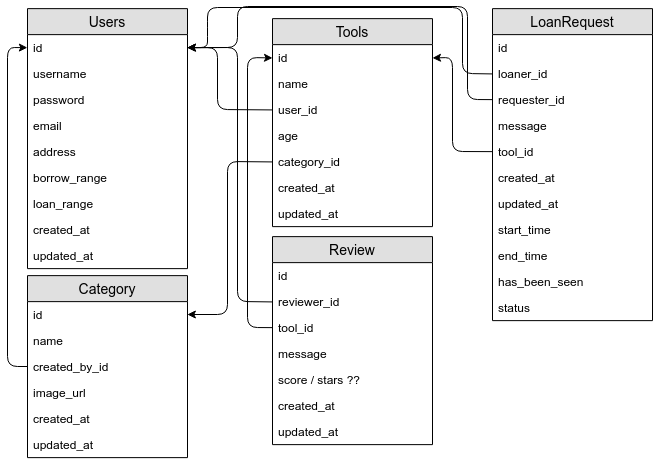
Before: db_diagram.png, a diagram exported from draw.io (use-my-tools-build-week/backend). Source tidied: cells renumbered, new cells last; positions are measured from the earlier drawing's top-left corner, leaving out a move shared by most shapes.
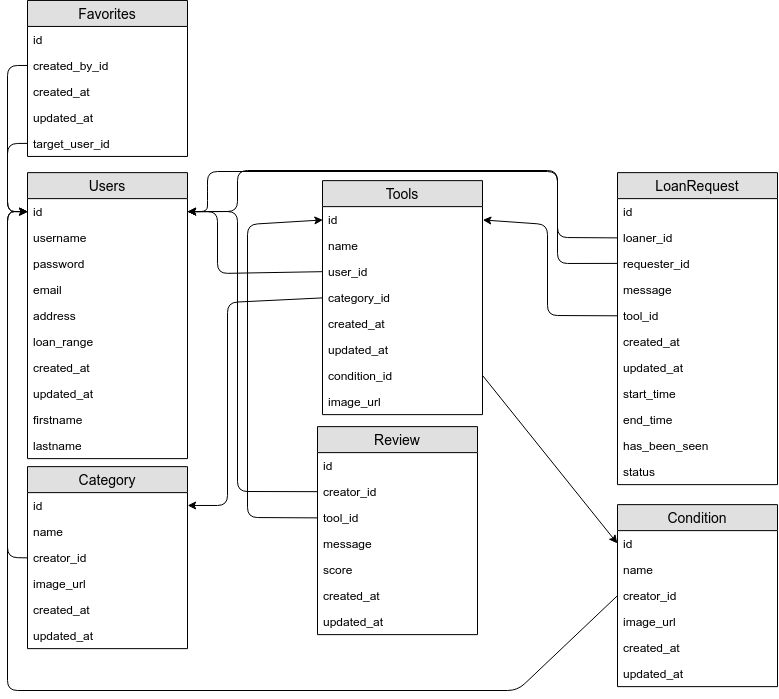
Above is the later version.

Change to the diagram source:
```diff
@@ -3,7 +3,7 @@
     <mxCell id="0" />
     <mxCell id="1" parent="0" />
     <mxCell id="2" value="&#10;Users&#10;" style="swimlane;fontStyle=0;horizontal=1;startSize=26;fillColor=#e0e0e0;swimlaneFillColor=#ffffff;align=center;fontSize=14;" parent="1" vertex="1">
-      <mxGeometry x="20" y="2.1" width="160" height="260" as="geometry" />
+      <mxGeometry x="20" y="2.1" width="160" height="286" as="geometry" />
     </mxCell>
     <mxCell id="3" value="id" style="text;strokeColor=none;fillColor=none;spacingLeft=4;spacingRight=4;overflow=hidden;points=[[0,0.5],[1,0.5]];portConstraint=eastwest;fontSize=12;" parent="2" vertex="1">
       <mxGeometry y="26" width="160" height="26" as="geometry" />
@@ -20,20 +20,23 @@
     <mxCell id="7" value="address" style="text;strokeColor=none;fillColor=none;spacingLeft=4;spacingRight=4;overflow=hidden;fontSize=12;" parent="2" vertex="1">
       <mxGeometry y="130" width="160" height="26" as="geometry" />
     </mxCell>
-    <mxCell id="8" value="borrow_range&#10;" style="text;strokeColor=none;fillColor=none;spacingLeft=4;spacingRight=4;overflow=hidden;fontSize=12;" parent="2" vertex="1">
-      <mxGeometry y="156" width="160" height="26" as="geometry" />
-    </mxCell>
     <mxCell id="9" value="loan_range&#10;" style="text;strokeColor=none;fillColor=none;spacingLeft=4;spacingRight=4;overflow=hidden;fontSize=12;" parent="2" vertex="1">
-      <mxGeometry y="182" width="160" height="26" as="geometry" />
+      <mxGeometry y="156" width="160" height="26" as="geometry" />
     </mxCell>
     <mxCell id="10" value="created_at&#10;" style="text;strokeColor=none;fillColor=none;spacingLeft=4;spacingRight=4;overflow=hidden;fontSize=12;" parent="2" vertex="1">
-      <mxGeometry y="208" width="160" height="26" as="geometry" />
+      <mxGeometry y="182" width="160" height="26" as="geometry" />
     </mxCell>
     <mxCell id="11" value="updated_at&#10;" style="text;strokeColor=none;fillColor=none;spacingLeft=4;spacingRight=4;overflow=hidden;fontSize=12;" parent="2" vertex="1">
-      <mxGeometry y="234" width="160" height="26" as="geometry" />
+      <mxGeometry y="208" width="160" height="26" as="geometry" />
     </mxCell>
+    <mxCell id="55" value="firstname&#10;" style="text;strokeColor=none;fillColor=none;spacingLeft=4;spacingRight=4;overflow=hidden;fontSize=12;" parent="2" vertex="1">
+      <mxGeometry y="234" width="160" height="26" as="geometry" />
+    </mxCell>
+    <mxCell id="56" value="lastname&#10;" style="text;strokeColor=none;fillColor=none;spacingLeft=4;spacingRight=4;overflow=hidden;fontSize=12;" parent="2" vertex="1">
+      <mxGeometry y="260" width="160" height="26" as="geometry" />
+    </mxCell>
     <mxCell id="12" value="Tools" style="swimlane;fontStyle=0;horizontal=1;startSize=26;fillColor=#e0e0e0;swimlaneFillColor=#ffffff;align=center;fontSize=14;" parent="1" vertex="1">
-      <mxGeometry x="265" y="12.1" width="160" height="208" as="geometry" />
+      <mxGeometry x="315" y="10.1" width="160" height="234" as="geometry" />
     </mxCell>
     <mxCell id="13" value="id" style="text;strokeColor=none;fillColor=none;spacingLeft=4;spacingRight=4;overflow=hidden;points=[[0,0.5],[1,0.5]];portConstraint=eastwest;fontSize=12;" parent="12" vertex="1">
       <mxGeometry y="26" width="160" height="26" as="geometry" />
@@ -44,20 +47,23 @@
     <mxCell id="15" value="user_id" style="text;strokeColor=none;fillColor=none;spacingLeft=4;spacingRight=4;overflow=hidden;points=[[0,0.5],[1,0.5]];portConstraint=eastwest;fontSize=12;" parent="12" vertex="1">
       <mxGeometry y="78" width="160" height="26" as="geometry" />
     </mxCell>
-    <mxCell id="16" value="age" style="text;strokeColor=none;fillColor=none;spacingLeft=4;spacingRight=4;overflow=hidden;fontSize=12;" parent="12" vertex="1">
-      <mxGeometry y="104" width="160" height="26" as="geometry" />
-    </mxCell>
     <mxCell id="17" value="category_id&#10;" style="text;strokeColor=none;fillColor=none;spacingLeft=4;spacingRight=4;overflow=hidden;points=[[0,0.5],[1,0.5]];portConstraint=eastwest;fontSize=12;" parent="12" vertex="1">
-      <mxGeometry y="130" width="160" height="26" as="geometry" />
+      <mxGeometry y="104" width="160" height="26" as="geometry" />
     </mxCell>
     <mxCell id="18" value="created_at&#10;" style="text;strokeColor=none;fillColor=none;spacingLeft=4;spacingRight=4;overflow=hidden;fontSize=12;" parent="12" vertex="1">
-      <mxGeometry y="156" width="160" height="26" as="geometry" />
+      <mxGeometry y="130" width="160" height="26" as="geometry" />
     </mxCell>
     <mxCell id="19" value="updated_at&#10;" style="text;strokeColor=none;fillColor=none;spacingLeft=4;spacingRight=4;overflow=hidden;fontSize=12;" parent="12" vertex="1">
-      <mxGeometry y="182" width="160" height="26" as="geometry" />
+      <mxGeometry y="156" width="160" height="26" as="geometry" />
     </mxCell>
+    <mxCell id="57" value="condition_id" style="text;strokeColor=none;fillColor=none;spacingLeft=4;spacingRight=4;overflow=hidden;points=[[0,0.5],[1,0.5]];portConstraint=eastwest;fontSize=12;" parent="12" vertex="1">
+      <mxGeometry y="182" width="160" height="26" as="geometry" />
+    </mxCell>
+    <mxCell id="58" value="image_url" style="text;strokeColor=none;fillColor=none;spacingLeft=4;spacingRight=4;overflow=hidden;fontSize=12;" parent="12" vertex="1">
+      <mxGeometry y="208" width="160" height="26" as="geometry" />
+    </mxCell>
     <mxCell id="20" value="LoanRequest" style="swimlane;fontStyle=0;horizontal=1;startSize=26;fillColor=#e0e0e0;swimlaneFillColor=#ffffff;align=center;fontSize=14;" parent="1" vertex="1">
-      <mxGeometry x="485" y="2.1" width="160" height="312" as="geometry" />
+      <mxGeometry x="610" y="2.1" width="160" height="312" as="geometry" />
     </mxCell>
     <mxCell id="21" value="id" style="text;strokeColor=none;fillColor=none;spacingLeft=4;spacingRight=4;overflow=hidden;fontSize=12;" parent="20" vertex="1">
       <mxGeometry y="26" width="160" height="26" as="geometry" />
@@ -93,12 +99,12 @@
       <mxGeometry y="286" width="160" height="26" as="geometry" />
     </mxCell>
     <mxCell id="32" value="Review" style="swimlane;fontStyle=0;horizontal=1;startSize=26;fillColor=#e0e0e0;swimlaneFillColor=#ffffff;align=center;fontSize=14;" parent="1" vertex="1">
-      <mxGeometry x="265" y="230.1" width="160" height="208" as="geometry" />
+      <mxGeometry x="310" y="256.1" width="160" height="208" as="geometry" />
     </mxCell>
     <mxCell id="33" value="id" style="text;strokeColor=none;fillColor=none;spacingLeft=4;spacingRight=4;overflow=hidden;fontSize=12;" parent="32" vertex="1">
       <mxGeometry y="26" width="160" height="26" as="geometry" />
     </mxCell>
-    <mxCell id="34" value="reviewer_id" style="text;strokeColor=none;fillColor=none;spacingLeft=4;spacingRight=4;overflow=hidden;points=[[0,0.5],[1,0.5]];portConstraint=eastwest;fontSize=12;" parent="32" vertex="1">
+    <mxCell id="34" value="creator_id" style="text;strokeColor=none;fillColor=none;spacingLeft=4;spacingRight=4;overflow=hidden;points=[[0,0.5],[1,0.5]];portConstraint=eastwest;fontSize=12;" parent="32" vertex="1">
       <mxGeometry y="52" width="160" height="26" as="geometry" />
     </mxCell>
     <mxCell id="35" value="tool_id" style="text;strokeColor=none;fillColor=none;spacingLeft=4;spacingRight=4;overflow=hidden;points=[[0,0.5],[1,0.5]];portConstraint=eastwest;fontSize=12;" parent="32" vertex="1">
@@ -107,7 +113,7 @@
     <mxCell id="36" value="message" style="text;strokeColor=none;fillColor=none;spacingLeft=4;spacingRight=4;overflow=hidden;fontSize=12;" parent="32" vertex="1">
       <mxGeometry y="104" width="160" height="26" as="geometry" />
     </mxCell>
-    <mxCell id="37" value="score / stars ??" style="text;strokeColor=none;fillColor=none;spacingLeft=4;spacingRight=4;overflow=hidden;fontSize=12;" parent="32" vertex="1">
+    <mxCell id="37" value="score" style="text;strokeColor=none;fillColor=none;spacingLeft=4;spacingRight=4;overflow=hidden;fontSize=12;" parent="32" vertex="1">
       <mxGeometry y="130" width="160" height="26" as="geometry" />
     </mxCell>
     <mxCell id="38" value="created_at" style="text;strokeColor=none;fillColor=none;spacingLeft=4;spacingRight=4;overflow=hidden;fontSize=12;" parent="32" vertex="1">
@@ -119,8 +125,8 @@
     <mxCell id="40" style="endArrow=classic;html=1;exitX=0;exitY=0.5;exitDx=0;exitDy=0;entryX=1;entryY=0.5;entryDx=0;entryDy=0;" parent="1" edge="1" source="25" target="13">
       <mxGeometry relative="1" as="geometry">
         <Array as="points">
-          <mxPoint x="445" y="145" />
-          <mxPoint x="445" y="51" />
+          <mxPoint x="540" y="145" />
+          <mxPoint x="540" y="54" />
         </Array>
       </mxGeometry>
     </mxCell>
@@ -135,8 +141,8 @@
     <mxCell id="42" style="endArrow=classic;html=1;exitX=0;exitY=0.5;exitDx=0;exitDy=0;entryX=1;entryY=0.5;entryDx=0;entryDy=0;" parent="1" edge="1" source="22" target="3">
       <mxGeometry relative="1" as="geometry">
         <Array as="points">
-          <mxPoint x="455" y="67" />
-          <mxPoint x="455" y="1" />
+          <mxPoint x="550" y="67" />
+          <mxPoint x="550" y="1" />
           <mxPoint x="200" y="1" />
           <mxPoint x="200" y="20" />
           <mxPoint x="200" y="41" />
@@ -146,8 +152,8 @@
     <mxCell id="43" style="endArrow=none;html=1;exitX=0;exitY=0.5;exitDx=0;exitDy=0;entryX=1;entryY=0.5;entryDx=0;entryDy=0;" parent="1" edge="1" source="23" target="3">
       <mxGeometry relative="1" as="geometry">
         <Array as="points">
-          <mxPoint x="460" y="93" />
-          <mxPoint x="460" />
+          <mxPoint x="550" y="93" />
+          <mxPoint x="550" />
           <mxPoint x="230" />
           <mxPoint x="230" y="41" />
         </Array>
@@ -156,13 +162,13 @@
     <mxCell id="44" style="endArrow=classic;html=1;exitX=0;exitY=0.5;exitDx=0;exitDy=0;entryX=1;entryY=0.5;entryDx=0;entryDy=0;" parent="1" edge="1" source="34" target="3">
       <mxGeometry relative="1" as="geometry">
         <Array as="points">
-          <mxPoint x="230" y="295" />
+          <mxPoint x="230" y="321" />
           <mxPoint x="230" y="41" />
         </Array>
       </mxGeometry>
     </mxCell>
     <mxCell id="45" value="Category" style="swimlane;fontStyle=0;horizontal=1;startSize=26;fillColor=#e0e0e0;swimlaneFillColor=#ffffff;align=center;fontSize=14;" parent="1" vertex="1">
-      <mxGeometry x="20" y="269.1" width="160" height="182" as="geometry" />
+      <mxGeometry x="20" y="296.1" width="160" height="182" as="geometry" />
     </mxCell>
     <mxCell id="46" value="id" style="text;strokeColor=none;fillColor=none;spacingLeft=4;spacingRight=4;overflow=hidden;points=[[0,0.5],[1,0.5]];portConstraint=eastwest;fontSize=12;" parent="45" vertex="1">
       <mxGeometry y="26" width="160" height="26" as="geometry" />
@@ -170,7 +176,7 @@
     <mxCell id="47" value="name" style="text;strokeColor=none;fillColor=none;spacingLeft=4;spacingRight=4;overflow=hidden;fontSize=12;" parent="45" vertex="1">
       <mxGeometry y="52" width="160" height="26" as="geometry" />
     </mxCell>
-    <mxCell id="48" value="created_by_id" style="text;strokeColor=none;fillColor=none;spacingLeft=4;spacingRight=4;overflow=hidden;points=[[0,0.5],[1,0.5]];portConstraint=eastwest;fontSize=12;" parent="45" vertex="1">
+    <mxCell id="48" value="creator_id&#10;" style="text;strokeColor=none;fillColor=none;spacingLeft=4;spacingRight=4;overflow=hidden;points=[[0,0.5],[1,0.5]];portConstraint=eastwest;fontSize=12;" parent="45" vertex="1">
       <mxGeometry y="78" width="160" height="26" as="geometry" />
     </mxCell>
     <mxCell id="49" value="image_url" style="text;strokeColor=none;fillColor=none;spacingLeft=4;spacingRight=4;overflow=hidden;fontSize=12;" parent="45" vertex="1">
@@ -185,15 +191,15 @@
     <mxCell id="52" style="endArrow=classic;html=1;exitX=0;exitY=0.5;exitDx=0;exitDy=0;entryX=1;entryY=0.5;entryDx=0;entryDy=0;" parent="1" edge="1" source="17" target="46">
       <mxGeometry relative="1" as="geometry">
         <Array as="points">
-          <mxPoint x="220" y="155" />
-          <mxPoint x="220" y="308" />
+          <mxPoint x="220" y="132" />
+          <mxPoint x="220" y="335" />
         </Array>
       </mxGeometry>
     </mxCell>
     <mxCell id="53" style="endArrow=classic;html=1;exitX=0;exitY=0.5;exitDx=0;exitDy=0;entryX=0;entryY=0.5;entryDx=0;entryDy=0;" parent="1" edge="1" source="48" target="3">
       <mxGeometry relative="1" as="geometry">
         <Array as="points">
-          <mxPoint y="360" />
+          <mxPoint y="387" />
           <mxPoint y="41" />
         </Array>
       </mxGeometry>
@@ -201,10 +207,77 @@
     <mxCell id="54" style="endArrow=classic;html=1;entryX=0;entryY=0.5;entryDx=0;entryDy=0;exitX=0;exitY=0.5;exitDx=0;exitDy=0;" parent="1" edge="1" source="35" target="13">
       <mxGeometry relative="1" as="geometry">
         <Array as="points">
-          <mxPoint x="240" y="321" />
-          <mxPoint x="240" y="51" />
+          <mxPoint x="240" y="347" />
+          <mxPoint x="240" y="54" />
         </Array>
       </mxGeometry>
     </mxCell>
+    <mxCell id="59" value="Condition" style="swimlane;fontStyle=0;horizontal=1;startSize=26;fillColor=#e0e0e0;swimlaneFillColor=#ffffff;align=center;fontSize=14;" parent="1" vertex="1">
+      <mxGeometry x="610" y="334.1" width="160" height="182" as="geometry" />
+    </mxCell>
+    <mxCell id="60" value="id" style="text;strokeColor=none;fillColor=none;spacingLeft=4;spacingRight=4;overflow=hidden;points=[[0,0.5],[1,0.5]];portConstraint=eastwest;fontSize=12;" parent="59" vertex="1">
+      <mxGeometry y="26" width="160" height="26" as="geometry" />
+    </mxCell>
+    <mxCell id="61" value="name" style="text;strokeColor=none;fillColor=none;spacingLeft=4;spacingRight=4;overflow=hidden;fontSize=12;" parent="59" vertex="1">
+      <mxGeometry y="52" width="160" height="26" as="geometry" />
+    </mxCell>
+    <mxCell id="62" value="creator_id" style="text;strokeColor=none;fillColor=none;spacingLeft=4;spacingRight=4;overflow=hidden;points=[[0,0.5],[1,0.5]];portConstraint=eastwest;fontSize=12;" parent="59" vertex="1">
+      <mxGeometry y="78" width="160" height="26" as="geometry" />
+    </mxCell>
+    <mxCell id="63" value="image_url" style="text;strokeColor=none;fillColor=none;spacingLeft=4;spacingRight=4;overflow=hidden;fontSize=12;" parent="59" vertex="1">
+      <mxGeometry y="104" width="160" height="26" as="geometry" />
+    </mxCell>
+    <mxCell id="64" value="created_at" style="text;strokeColor=none;fillColor=none;spacingLeft=4;spacingRight=4;overflow=hidden;fontSize=12;" parent="59" vertex="1">
+      <mxGeometry y="130" width="160" height="26" as="geometry" />
+    </mxCell>
+    <mxCell id="65" value="updated_at" style="text;strokeColor=none;fillColor=none;spacingLeft=4;spacingRight=4;overflow=hidden;fontSize=12;" parent="59" vertex="1">
+      <mxGeometry y="156" width="160" height="26" as="geometry" />
+    </mxCell>
+    <mxCell id="66" style="endArrow=classic;html=1;entryX=0;entryY=0.5;entryDx=0;entryDy=0;exitX=0;exitY=0.5;exitDx=0;exitDy=0;" parent="1" edge="1" source="62" target="3">
+      <mxGeometry relative="1" as="geometry">
+        <Array as="points">
+          <mxPoint x="510" y="520" />
+          <mxPoint y="520" />
+          <mxPoint y="41" />
+        </Array>
+      </mxGeometry>
+    </mxCell>
+    <mxCell id="67" style="endArrow=classic;html=1;entryX=0;entryY=0.5;entryDx=0;entryDy=0;exitX=1;exitY=0.5;exitDx=0;exitDy=0;" parent="1" edge="1" source="57" target="60">
+      <mxGeometry relative="1" as="geometry" />
+    </mxCell>
+    <mxCell id="68" value="Favorites" style="swimlane;fontStyle=0;horizontal=1;startSize=26;fillColor=#e0e0e0;swimlaneFillColor=#ffffff;align=center;fontSize=14;" parent="1" vertex="1">
+      <mxGeometry x="20" y="-170" width="160" height="156" as="geometry" />
+    </mxCell>
+    <mxCell id="69" value="id" style="text;strokeColor=none;fillColor=none;spacingLeft=4;spacingRight=4;overflow=hidden;fontSize=12;" parent="68" vertex="1">
+      <mxGeometry y="26" width="160" height="26" as="geometry" />
+    </mxCell>
+    <mxCell id="70" value="created_by_id" style="text;strokeColor=none;fillColor=none;spacingLeft=4;spacingRight=4;overflow=hidden;points=[[0,0.5],[1,0.5]];portConstraint=eastwest;fontSize=12;" parent="68" vertex="1">
+      <mxGeometry y="52" width="160" height="26" as="geometry" />
+    </mxCell>
+    <mxCell id="71" value="created_at" style="text;strokeColor=none;fillColor=none;spacingLeft=4;spacingRight=4;overflow=hidden;fontSize=12;" parent="68" vertex="1">
+      <mxGeometry y="78" width="160" height="26" as="geometry" />
+    </mxCell>
+    <mxCell id="72" value="updated_at" style="text;strokeColor=none;fillColor=none;spacingLeft=4;spacingRight=4;overflow=hidden;fontSize=12;" parent="68" vertex="1">
+      <mxGeometry y="104" width="160" height="26" as="geometry" />
+    </mxCell>
+    <mxCell id="73" value="target_user_id" style="text;strokeColor=none;fillColor=none;spacingLeft=4;spacingRight=4;overflow=hidden;points=[[0,0.5],[1,0.5]];portConstraint=eastwest;fontSize=12;" parent="68" vertex="1">
+      <mxGeometry y="130" width="160" height="26" as="geometry" />
+    </mxCell>
+    <mxCell id="74" style="endArrow=classic;html=1;entryX=0;entryY=0.5;entryDx=0;entryDy=0;exitX=0;exitY=0.5;exitDx=0;exitDy=0;" parent="1" edge="1" source="70" target="3">
+      <mxGeometry relative="1" as="geometry">
+        <Array as="points">
+          <mxPoint y="-105" />
+          <mxPoint y="41" />
+        </Array>
+      </mxGeometry>
+    </mxCell>
+    <mxCell id="75" style="endArrow=classic;html=1;entryX=0;entryY=0.5;entryDx=0;entryDy=0;exitX=0;exitY=0.5;exitDx=0;exitDy=0;" parent="1" edge="1" source="73" target="3">
+      <mxGeometry relative="1" as="geometry">
+        <Array as="points">
+          <mxPoint y="-27" />
+          <mxPoint y="41" />
+        </Array>
+      </mxGeometry>
+    </mxCell>
   </root>
 </mxGraphModel>
```
